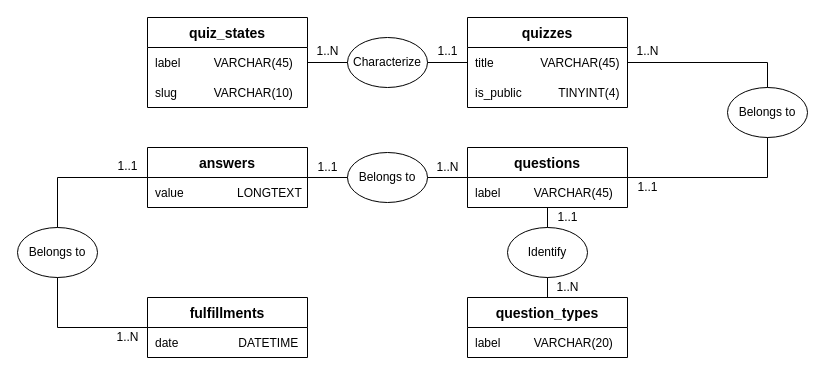
Above: doc/db/cdm/diagram.drawio in Nomeos/Looper (draw.io), before the change. Source tidied: cells renumbered, new cells numbered last; positions are measured from the earlier drawing's top-left corner, leaving out a move shared by most shapes. Both pictures are drawn from the tidied source at 100%, with x=0, y=0 at pixel (17, 17).
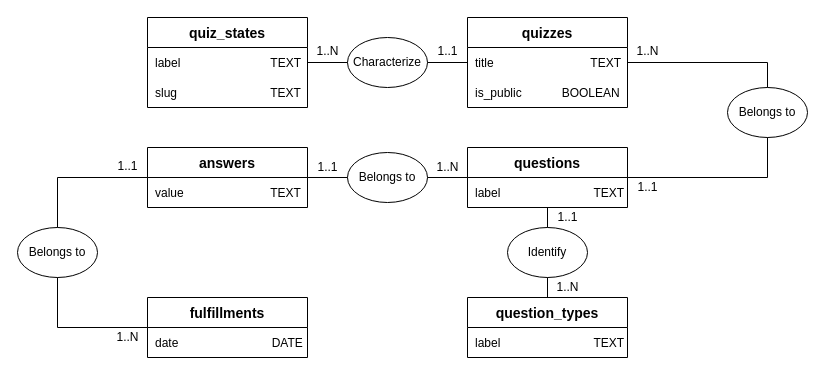
After the change.

Commit message:
fix mcd diagram by changing data types

Unchanged cells that the change refers to:
```xml
<mxCell id="2" value="quiz_states" style="swimlane;fontStyle=1;horizontal=1;startSize=30;align=center;fontSize=14;" parent="1" vertex="1">
  <mxGeometry x="130" width="160" height="90" as="geometry" />
</mxCell>
<mxCell id="5" value="quizzes" style="swimlane;fontStyle=1;horizontal=1;startSize=30;align=center;fontSize=14;" parent="1" vertex="1">
  <mxGeometry x="450" width="160" height="90" as="geometry" />
</mxCell>
<mxCell id="8" value="question_types" style="swimlane;fontStyle=1;horizontal=1;startSize=30;align=center;fontSize=14;" parent="1" vertex="1">
  <mxGeometry x="450" y="280" width="160" height="60" as="geometry" />
</mxCell>
<mxCell id="10" value="questions" style="swimlane;fontStyle=1;horizontal=1;startSize=30;align=center;fontSize=14;" parent="1" vertex="1">
  <mxGeometry x="450" y="130" width="160" height="60" as="geometry" />
</mxCell>
<mxCell id="12" value="fulfillments" style="swimlane;fontStyle=1;horizontal=1;startSize=30;align=center;fontSize=14;" parent="1" vertex="1">
  <mxGeometry x="130" y="280" width="160" height="60" as="geometry" />
</mxCell>
<mxCell id="14" value="answers" style="swimlane;fontStyle=1;horizontal=1;startSize=30;align=center;fontSize=14;" parent="1" vertex="1">
  <mxGeometry x="130" y="130" width="160" height="60" as="geometry" />
</mxCell>
```

What changed in the source:
```diff
@@
-    <mxCell id="3" value="label          VARCHAR(45)" style="shape=partialRectangle;fillColor=none;top=0;left=0;bottom=0;right=0;align=left;spacingLeft=6;overflow=hidden;" parent="2" vertex="1">
+    <mxCell id="3" value="label                           TEXT" style="shape=partialRectangle;fillColor=none;top=0;left=0;bottom=0;right=0;align=left;spacingLeft=6;overflow=hidden;" parent="2" vertex="1">
       <mxGeometry y="30" width="160" height="30" as="geometry" />
     </mxCell>
-    <mxCell id="4" value="slug           VARCHAR(10)" style="shape=partialRectangle;fillColor=none;top=0;left=0;bottom=0;right=0;align=left;spacingLeft=6;overflow=hidden;" parent="2" vertex="1">
+    <mxCell id="4" value="slug                            TEXT" style="shape=partialRectangle;fillColor=none;top=0;left=0;bottom=0;right=0;align=left;spacingLeft=6;overflow=hidden;" parent="2" vertex="1">
       <mxGeometry y="60" width="160" height="30" as="geometry" />
     </mxCell>
@@
-    <mxCell id="6" value="title               VARCHAR(45)" style="shape=partialRectangle;fillColor=none;top=0;left=0;bottom=0;right=0;align=left;spacingLeft=6;overflow=hidden;" parent="5" vertex="1">
+    <mxCell id="6" value="title                             TEXT" style="shape=partialRectangle;fillColor=none;top=0;left=0;bottom=0;right=0;align=left;spacingLeft=6;overflow=hidden;" parent="5" vertex="1">
       <mxGeometry y="30" width="160" height="30" as="geometry" />
     </mxCell>
-    <mxCell id="7" value="is_public            TINYINT(4)" style="shape=partialRectangle;fillColor=none;top=0;left=0;bottom=0;right=0;align=left;spacingLeft=6;overflow=hidden;" parent="5" vertex="1">
+    <mxCell id="7" value="is_public            BOOLEAN" style="shape=partialRectangle;fillColor=none;top=0;left=0;bottom=0;right=0;align=left;spacingLeft=6;overflow=hidden;" parent="5" vertex="1">
       <mxGeometry y="60" width="160" height="30" as="geometry" />
     </mxCell>
@@
-    <mxCell id="9" value="label          VARCHAR(20)" style="shape=partialRectangle;fillColor=none;top=0;left=0;bottom=0;right=0;align=left;spacingLeft=6;overflow=hidden;" parent="8" vertex="1">
+    <mxCell id="9" value="label                            TEXT" style="shape=partialRectangle;fillColor=none;top=0;left=0;bottom=0;right=0;align=left;spacingLeft=6;overflow=hidden;" parent="8" vertex="1">
       <mxGeometry y="30" width="160" height="30" as="geometry" />
     </mxCell>
@@
-    <mxCell id="11" value="label          VARCHAR(45)" style="shape=partialRectangle;fillColor=none;top=0;left=0;bottom=0;right=0;align=left;spacingLeft=6;overflow=hidden;" parent="10" vertex="1">
+    <mxCell id="11" value="label                            TEXT" style="shape=partialRectangle;fillColor=none;top=0;left=0;bottom=0;right=0;align=left;spacingLeft=6;overflow=hidden;" parent="10" vertex="1">
       <mxGeometry y="30" width="160" height="30" as="geometry" />
     </mxCell>
@@
-    <mxCell id="13" value="date                   DATETIME" style="shape=partialRectangle;fillColor=none;top=0;left=0;bottom=0;right=0;align=left;spacingLeft=6;overflow=hidden;" parent="12" vertex="1">
+    <mxCell id="13" value="date                            DATE" style="shape=partialRectangle;fillColor=none;top=0;left=0;bottom=0;right=0;align=left;spacingLeft=6;overflow=hidden;" parent="12" vertex="1">
       <mxGeometry y="30" width="160" height="30" as="geometry" />
     </mxCell>
@@
-    <mxCell id="15" value="value                LONGTEXT" style="shape=partialRectangle;fillColor=none;top=0;left=0;bottom=0;right=0;align=left;spacingLeft=6;overflow=hidden;" parent="14" vertex="1">
+    <mxCell id="15" value="value                          TEXT" style="shape=partialRectangle;fillColor=none;top=0;left=0;bottom=0;right=0;align=left;spacingLeft=6;overflow=hidden;" parent="14" vertex="1">
       <mxGeometry y="30" width="160" height="30" as="geometry" />
     </mxCell>
```
